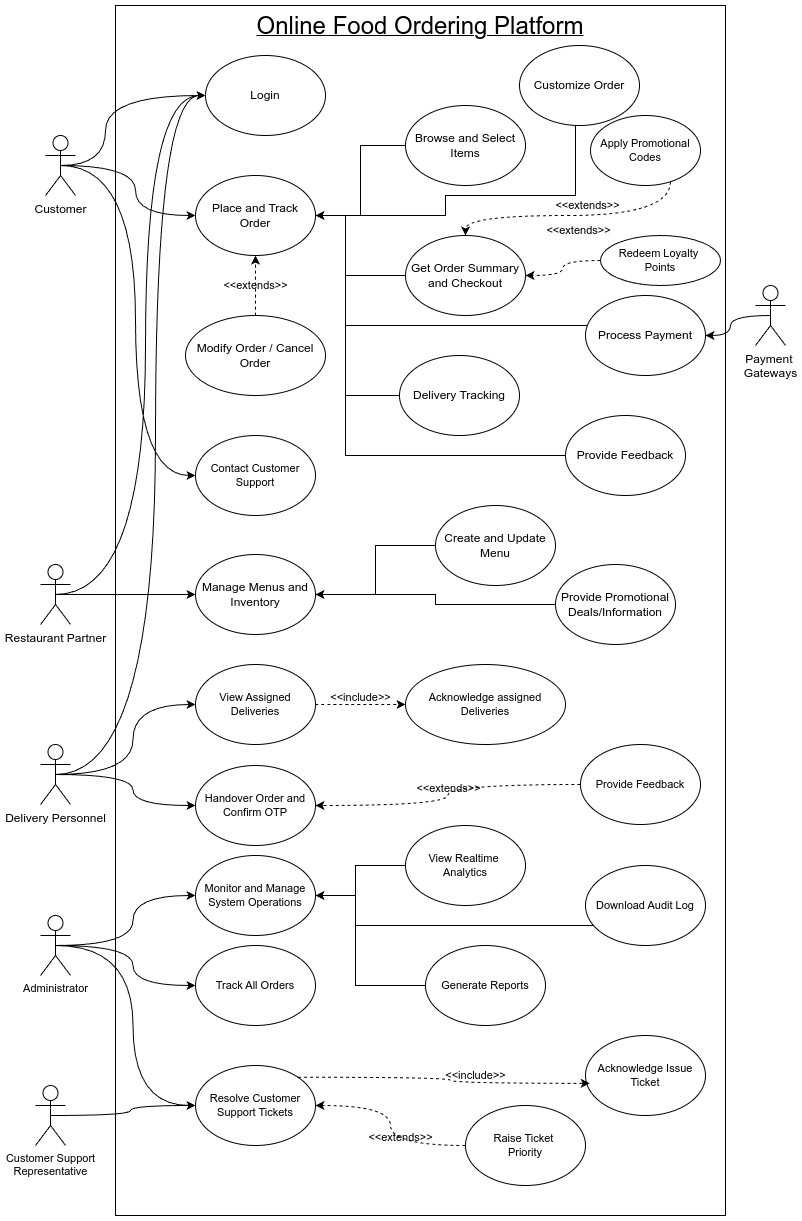
Earlier version of the draw.io export UseCaseDiagram.png (Night-Legion/Food_Delivery). Source tidied: cells renumbered, new cells last; positions are measured from the earlier drawing's top-left corner, leaving out a move shared by most shapes.
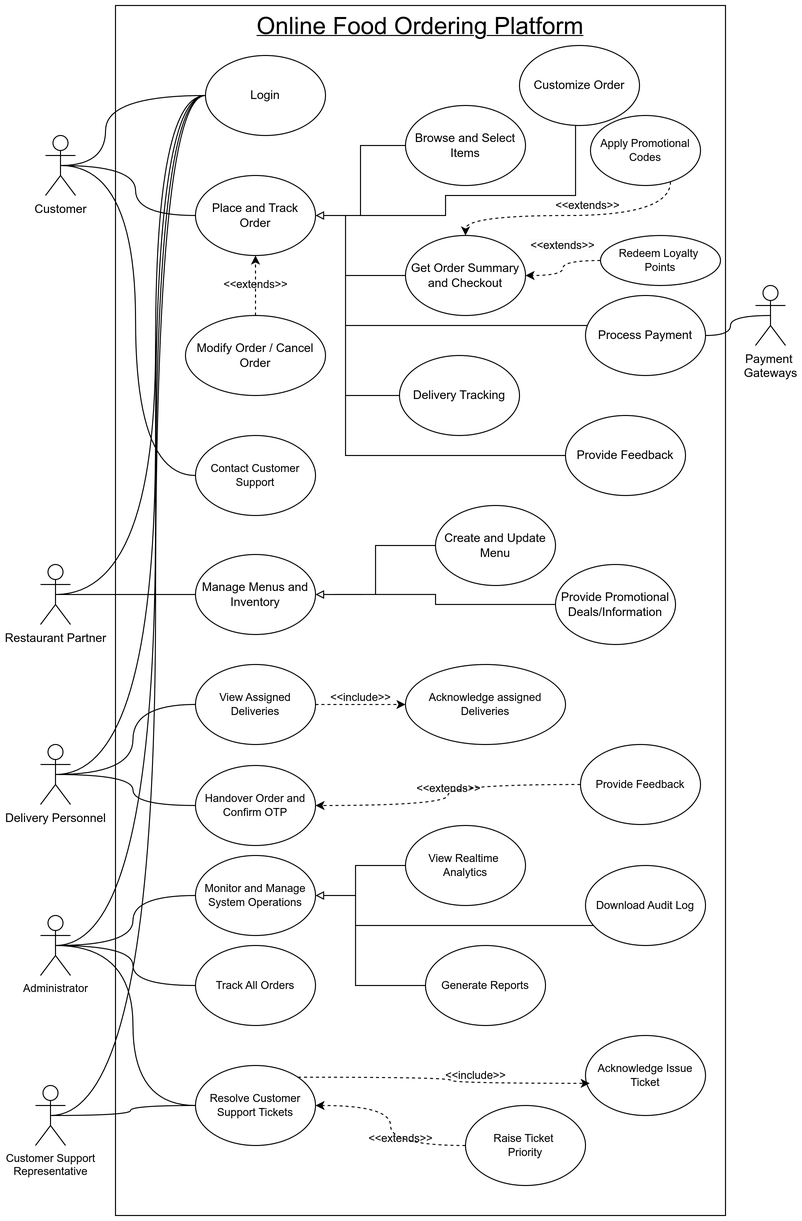
After the commit.

Commit message:
Updated the wrong arrows in UseCaseDiagram

What changed in the source:
```diff
@@ -7,3 +7,3 @@
     </mxCell>
-    <mxCell id="3" style="edgeStyle=orthogonalEdgeStyle;rounded=0;jettySize=auto;html=1;exitX=0.5;exitY=0.5;exitDx=0;exitDy=0;exitPerimeter=0;curved=1;labelBackgroundColor=none;fontColor=default;" parent="1" edge="1" source="6" target="15">
+    <mxCell id="3" style="edgeStyle=orthogonalEdgeStyle;rounded=0;jettySize=auto;html=1;exitX=0.5;exitY=0.5;exitDx=0;exitDy=0;exitPerimeter=0;curved=1;labelBackgroundColor=none;fontColor=default;endArrow=none;startFill=0;" parent="1" edge="1" source="6" target="15">
       <mxGeometry relative="1" as="geometry">
@@ -15,6 +15,6 @@
     </mxCell>
-    <mxCell id="4" style="edgeStyle=orthogonalEdgeStyle;rounded=0;jettySize=auto;html=1;exitX=0.5;exitY=0.5;exitDx=0;exitDy=0;exitPerimeter=0;curved=1;labelBackgroundColor=none;fontColor=default;" parent="1" edge="1" source="6" target="14">
+    <mxCell id="4" style="edgeStyle=orthogonalEdgeStyle;rounded=0;jettySize=auto;html=1;exitX=0.5;exitY=0.5;exitDx=0;exitDy=0;exitPerimeter=0;curved=1;labelBackgroundColor=none;fontColor=default;endArrow=none;startFill=0;" parent="1" edge="1" source="6" target="14">
       <mxGeometry relative="1" as="geometry" />
     </mxCell>
-    <mxCell id="5" style="edgeStyle=orthogonalEdgeStyle;shape=connector;curved=1;rounded=0;jettySize=auto;html=1;exitX=0.5;exitY=0.5;exitDx=0;exitDy=0;exitPerimeter=0;entryX=0;entryY=0.5;entryDx=0;entryDy=0;align=center;verticalAlign=middle;fontFamily=Helvetica;fontSize=11;fontColor=default;labelBackgroundColor=none;endArrow=classic;" parent="1" edge="1" source="6" target="52">
+    <mxCell id="5" style="edgeStyle=orthogonalEdgeStyle;shape=connector;curved=1;rounded=0;jettySize=auto;html=1;exitX=0.5;exitY=0.5;exitDx=0;exitDy=0;exitPerimeter=0;entryX=0;entryY=0.5;entryDx=0;entryDy=0;align=center;verticalAlign=middle;fontFamily=Helvetica;fontSize=11;fontColor=default;labelBackgroundColor=none;endArrow=none;startFill=0;" parent="1" edge="1" source="6" target="52">
       <mxGeometry relative="1" as="geometry" />
@@ -24,10 +24,10 @@
     </mxCell>
-    <mxCell id="7" style="edgeStyle=orthogonalEdgeStyle;rounded=0;jettySize=auto;html=1;exitX=0.5;exitY=0.5;exitDx=0;exitDy=0;exitPerimeter=0;curved=1;labelBackgroundColor=none;fontColor=default;" parent="1" edge="1" source="9" target="32">
+    <mxCell id="7" style="edgeStyle=orthogonalEdgeStyle;rounded=0;jettySize=auto;html=1;exitX=0.5;exitY=0.5;exitDx=0;exitDy=0;exitPerimeter=0;curved=1;labelBackgroundColor=none;fontColor=default;endArrow=none;startFill=0;" parent="1" edge="1" source="9" target="32">
       <mxGeometry relative="1" as="geometry" />
     </mxCell>
-    <mxCell id="8" style="edgeStyle=orthogonalEdgeStyle;rounded=0;jettySize=auto;html=1;exitX=0.5;exitY=0.5;exitDx=0;exitDy=0;exitPerimeter=0;curved=1;labelBackgroundColor=none;fontColor=default;" parent="1" edge="1" source="9" target="15">
+    <mxCell id="8" style="edgeStyle=orthogonalEdgeStyle;rounded=0;jettySize=auto;html=1;exitX=0.5;exitY=0.5;exitDx=0;exitDy=0;exitPerimeter=0;curved=1;labelBackgroundColor=none;fontColor=default;endArrow=none;startFill=0;" parent="1" edge="1" source="9" target="15">
       <mxGeometry relative="1" as="geometry">
         <Array as="points">
-          <mxPoint x="110" y="589" />
-          <mxPoint x="110" y="90" />
+          <mxPoint x="120" y="589" />
+          <mxPoint x="120" y="90" />
         </Array>
@@ -38,3 +38,3 @@
     </mxCell>
-    <mxCell id="10" style="edgeStyle=orthogonalEdgeStyle;rounded=0;jettySize=auto;html=1;exitX=0.5;exitY=0.5;exitDx=0;exitDy=0;exitPerimeter=0;curved=1;labelBackgroundColor=none;fontColor=default;" parent="1" edge="1" source="13" target="15">
+    <mxCell id="10" style="edgeStyle=orthogonalEdgeStyle;rounded=0;jettySize=auto;html=1;exitX=0.5;exitY=0.5;exitDx=0;exitDy=0;exitPerimeter=0;curved=1;labelBackgroundColor=none;fontColor=default;endArrow=none;startFill=0;" parent="1" edge="1" source="13" target="15">
       <mxGeometry relative="1" as="geometry">
@@ -46,6 +46,6 @@
     </mxCell>
-    <mxCell id="11" style="edgeStyle=orthogonalEdgeStyle;shape=connector;curved=1;rounded=0;jettySize=auto;html=1;exitX=0.5;exitY=0.5;exitDx=0;exitDy=0;exitPerimeter=0;align=center;verticalAlign=middle;fontFamily=Helvetica;fontSize=11;fontColor=default;labelBackgroundColor=none;endArrow=classic;" parent="1" edge="1" source="13" target="38">
+    <mxCell id="11" style="edgeStyle=orthogonalEdgeStyle;shape=connector;curved=1;rounded=0;jettySize=auto;html=1;exitX=0.5;exitY=0.5;exitDx=0;exitDy=0;exitPerimeter=0;align=center;verticalAlign=middle;fontFamily=Helvetica;fontSize=11;fontColor=default;labelBackgroundColor=none;endArrow=none;startFill=0;" parent="1" edge="1" source="13" target="38">
       <mxGeometry relative="1" as="geometry" />
     </mxCell>
-    <mxCell id="12" style="edgeStyle=orthogonalEdgeStyle;shape=connector;curved=1;rounded=0;jettySize=auto;html=1;exitX=0.5;exitY=0.5;exitDx=0;exitDy=0;exitPerimeter=0;align=center;verticalAlign=middle;fontFamily=Helvetica;fontSize=11;fontColor=default;labelBackgroundColor=none;endArrow=classic;" parent="1" edge="1" source="13" target="40">
+    <mxCell id="12" style="edgeStyle=orthogonalEdgeStyle;shape=connector;curved=1;rounded=0;jettySize=auto;html=1;exitX=0.5;exitY=0.5;exitDx=0;exitDy=0;exitPerimeter=0;align=center;verticalAlign=middle;fontFamily=Helvetica;fontSize=11;fontColor=default;labelBackgroundColor=none;endArrow=none;startFill=0;" parent="1" edge="1" source="13" target="40">
       <mxGeometry relative="1" as="geometry" />
@@ -61,3 +61,3 @@
     </mxCell>
-    <mxCell id="16" style="edgeStyle=orthogonalEdgeStyle;rounded=0;jettySize=auto;html=1;exitX=0.5;exitY=0.5;exitDx=0;exitDy=0;exitPerimeter=0;entryX=1;entryY=0.5;entryDx=0;entryDy=0;curved=1;labelBackgroundColor=none;fontColor=default;" parent="1" edge="1" source="17" target="25">
+    <mxCell id="16" style="edgeStyle=orthogonalEdgeStyle;rounded=0;jettySize=auto;html=1;exitX=0.5;exitY=0.5;exitDx=0;exitDy=0;exitPerimeter=0;entryX=1;entryY=0.5;entryDx=0;entryDy=0;curved=1;labelBackgroundColor=none;fontColor=default;endArrow=none;startFill=0;" parent="1" edge="1" source="17" target="25">
       <mxGeometry relative="1" as="geometry" />
@@ -67,3 +67,3 @@
     </mxCell>
-    <mxCell id="18" style="edgeStyle=orthogonalEdgeStyle;rounded=0;jettySize=auto;html=1;curved=0;labelBackgroundColor=none;fontColor=default;" parent="1" edge="1" source="19" target="14">
+    <mxCell id="18" style="edgeStyle=orthogonalEdgeStyle;rounded=0;jettySize=auto;html=1;curved=0;labelBackgroundColor=none;fontColor=default;endArrow=block;endFill=0;" parent="1" edge="1" source="19" target="14">
       <mxGeometry relative="1" as="geometry" />
@@ -73,3 +73,3 @@
     </mxCell>
-    <mxCell id="20" style="edgeStyle=orthogonalEdgeStyle;rounded=0;jettySize=auto;html=1;curved=0;labelBackgroundColor=none;fontColor=default;" parent="1" edge="1" source="21" target="14">
+    <mxCell id="20" style="edgeStyle=orthogonalEdgeStyle;rounded=0;jettySize=auto;html=1;curved=0;labelBackgroundColor=none;fontColor=default;endArrow=block;endFill=0;" parent="1" edge="1" source="21" target="14">
       <mxGeometry relative="1" as="geometry">
@@ -85,3 +85,3 @@
     </mxCell>
-    <mxCell id="22" style="edgeStyle=orthogonalEdgeStyle;rounded=0;jettySize=auto;html=1;curved=0;labelBackgroundColor=none;fontColor=default;" parent="1" edge="1" source="23" target="14">
+    <mxCell id="22" style="edgeStyle=orthogonalEdgeStyle;rounded=0;jettySize=auto;html=1;curved=0;labelBackgroundColor=none;fontColor=default;endArrow=block;endFill=0;" parent="1" edge="1" source="23" target="14">
       <mxGeometry relative="1" as="geometry">
@@ -96,3 +96,3 @@
     </mxCell>
-    <mxCell id="24" style="edgeStyle=orthogonalEdgeStyle;rounded=0;jettySize=auto;html=1;curved=0;labelBackgroundColor=none;fontColor=default;" parent="1" edge="1" source="25" target="14">
+    <mxCell id="24" style="edgeStyle=orthogonalEdgeStyle;rounded=0;jettySize=auto;html=1;curved=0;labelBackgroundColor=none;fontColor=default;endArrow=block;endFill=0;" parent="1" edge="1" source="25" target="14">
       <mxGeometry relative="1" as="geometry">
@@ -107,3 +107,3 @@
     </mxCell>
-    <mxCell id="26" style="edgeStyle=orthogonalEdgeStyle;rounded=0;jettySize=auto;html=1;curved=0;labelBackgroundColor=none;fontColor=default;" parent="1" edge="1" source="27" target="14">
+    <mxCell id="26" style="edgeStyle=orthogonalEdgeStyle;rounded=0;jettySize=auto;html=1;curved=0;labelBackgroundColor=none;fontColor=default;endArrow=block;endFill=0;" parent="1" edge="1" source="27" target="14">
       <mxGeometry relative="1" as="geometry">
@@ -118,3 +118,3 @@
     </mxCell>
-    <mxCell id="28" style="edgeStyle=orthogonalEdgeStyle;rounded=0;jettySize=auto;html=1;entryX=1;entryY=0.5;entryDx=0;entryDy=0;labelBackgroundColor=none;fontColor=default;" parent="1" edge="1" source="29" target="14">
+    <mxCell id="28" style="edgeStyle=orthogonalEdgeStyle;rounded=0;jettySize=auto;html=1;entryX=1;entryY=0.5;entryDx=0;entryDy=0;labelBackgroundColor=none;fontColor=default;endArrow=block;endFill=0;" parent="1" edge="1" source="29" target="14">
       <mxGeometry relative="1" as="geometry">
@@ -141,6 +141,6 @@
     </mxCell>
-    <mxCell id="34" style="edgeStyle=orthogonalEdgeStyle;rounded=0;jettySize=auto;html=1;entryX=1;entryY=0.5;entryDx=0;entryDy=0;labelBackgroundColor=none;fontColor=default;" parent="1" edge="1" source="33" target="32">
+    <mxCell id="34" style="edgeStyle=orthogonalEdgeStyle;rounded=0;jettySize=auto;html=1;entryX=1;entryY=0.5;entryDx=0;entryDy=0;labelBackgroundColor=none;fontColor=default;endArrow=block;endFill=0;" parent="1" edge="1" source="33" target="32">
       <mxGeometry relative="1" as="geometry" />
     </mxCell>
-    <mxCell id="35" style="edgeStyle=orthogonalEdgeStyle;rounded=0;jettySize=auto;html=1;entryX=1;entryY=0.5;entryDx=0;entryDy=0;labelBackgroundColor=none;fontColor=default;" parent="1" edge="1" source="36" target="32">
+    <mxCell id="35" style="edgeStyle=orthogonalEdgeStyle;rounded=0;jettySize=auto;html=1;entryX=1;entryY=0.5;entryDx=0;entryDy=0;labelBackgroundColor=none;fontColor=default;endArrow=block;endFill=0;" parent="1" edge="1" source="36" target="32">
       <mxGeometry relative="1" as="geometry" />
@@ -168,11 +168,19 @@
     </mxCell>
-    <mxCell id="43" style="edgeStyle=orthogonalEdgeStyle;shape=connector;curved=1;rounded=0;jettySize=auto;html=1;exitX=0.5;exitY=0.5;exitDx=0;exitDy=0;exitPerimeter=0;align=center;verticalAlign=middle;fontFamily=Helvetica;fontSize=11;fontColor=default;labelBackgroundColor=none;endArrow=classic;" parent="1" edge="1" source="46" target="47">
+    <mxCell id="43" style="edgeStyle=orthogonalEdgeStyle;shape=connector;curved=1;rounded=0;jettySize=auto;html=1;exitX=0.5;exitY=0.5;exitDx=0;exitDy=0;exitPerimeter=0;align=center;verticalAlign=middle;fontFamily=Helvetica;fontSize=11;fontColor=default;labelBackgroundColor=none;endArrow=none;startFill=0;" parent="1" edge="1" source="46" target="47">
       <mxGeometry relative="1" as="geometry" />
     </mxCell>
-    <mxCell id="44" style="edgeStyle=orthogonalEdgeStyle;shape=connector;curved=1;rounded=0;jettySize=auto;html=1;exitX=0.5;exitY=0.5;exitDx=0;exitDy=0;exitPerimeter=0;entryX=0;entryY=0.5;entryDx=0;entryDy=0;align=center;verticalAlign=middle;fontFamily=Helvetica;fontSize=11;fontColor=default;labelBackgroundColor=none;endArrow=classic;" parent="1" edge="1" source="46" target="53">
+    <mxCell id="44" style="edgeStyle=orthogonalEdgeStyle;shape=connector;curved=1;rounded=0;jettySize=auto;html=1;exitX=0.5;exitY=0.5;exitDx=0;exitDy=0;exitPerimeter=0;entryX=0;entryY=0.5;entryDx=0;entryDy=0;align=center;verticalAlign=middle;fontFamily=Helvetica;fontSize=11;fontColor=default;labelBackgroundColor=none;endArrow=none;startFill=0;" parent="1" edge="1" source="46" target="53">
       <mxGeometry relative="1" as="geometry" />
     </mxCell>
-    <mxCell id="45" style="edgeStyle=orthogonalEdgeStyle;shape=connector;curved=1;rounded=0;jettySize=auto;html=1;exitX=0.5;exitY=0.5;exitDx=0;exitDy=0;exitPerimeter=0;align=center;verticalAlign=middle;fontFamily=Helvetica;fontSize=11;fontColor=default;labelBackgroundColor=none;endArrow=classic;" parent="1" edge="1" source="46" target="59">
+    <mxCell id="45" style="edgeStyle=orthogonalEdgeStyle;shape=connector;curved=1;rounded=0;jettySize=auto;html=1;exitX=0.5;exitY=0.5;exitDx=0;exitDy=0;exitPerimeter=0;align=center;verticalAlign=middle;fontFamily=Helvetica;fontSize=11;fontColor=default;labelBackgroundColor=none;endArrow=none;startFill=0;" parent="1" edge="1" source="46" target="59">
       <mxGeometry relative="1" as="geometry" />
     </mxCell>
+    <mxCell id="67" style="edgeStyle=orthogonalEdgeStyle;rounded=0;jettySize=auto;html=1;exitX=0.5;exitY=0.5;exitDx=0;exitDy=0;exitPerimeter=0;entryX=0;entryY=0.5;entryDx=0;entryDy=0;curved=1;endArrow=none;startFill=0;" parent="1" edge="1" source="46" target="15">
+      <mxGeometry relative="1" as="geometry">
+        <Array as="points">
+          <mxPoint x="120" y="940" />
+          <mxPoint x="120" y="90" />
+        </Array>
+      </mxGeometry>
+    </mxCell>
     <mxCell id="46" value="Administrator" style="shape=umlActor;verticalLabelPosition=bottom;verticalAlign=top;html=1;outlineConnect=0;align=center;fontFamily=Helvetica;fontSize=11;labelBackgroundColor=none;" parent="1" vertex="1">
@@ -208,5 +216,14 @@
     </mxCell>
-    <mxCell id="54" style="edgeStyle=orthogonalEdgeStyle;shape=connector;curved=1;rounded=0;jettySize=auto;html=1;exitX=0.5;exitY=0.5;exitDx=0;exitDy=0;exitPerimeter=0;entryX=0;entryY=0.5;entryDx=0;entryDy=0;align=center;verticalAlign=middle;fontFamily=Helvetica;fontSize=11;fontColor=default;labelBackgroundColor=none;endArrow=classic;" parent="1" edge="1" source="55" target="53">
+    <mxCell id="54" style="edgeStyle=orthogonalEdgeStyle;shape=connector;curved=1;rounded=0;jettySize=auto;html=1;exitX=0.5;exitY=0.5;exitDx=0;exitDy=0;exitPerimeter=0;entryX=0;entryY=0.5;entryDx=0;entryDy=0;align=center;verticalAlign=middle;fontFamily=Helvetica;fontSize=11;fontColor=default;labelBackgroundColor=none;endArrow=none;startFill=0;" parent="1" edge="1" source="55" target="53">
       <mxGeometry relative="1" as="geometry" />
     </mxCell>
+    <mxCell id="68" style="edgeStyle=orthogonalEdgeStyle;rounded=0;jettySize=auto;html=1;exitX=0.5;exitY=0.5;exitDx=0;exitDy=0;exitPerimeter=0;curved=1;endArrow=none;startFill=0;" parent="1" edge="1" source="55">
+      <mxGeometry relative="1" as="geometry">
+        <mxPoint x="170" y="90" as="targetPoint" />
+        <Array as="points">
+          <mxPoint x="120" y="1110" />
+          <mxPoint x="120" y="90" />
+        </Array>
+      </mxGeometry>
+    </mxCell>
     <mxCell id="55" value="Customer Support&lt;div&gt;Representative&lt;/div&gt;" style="shape=umlActor;verticalLabelPosition=bottom;verticalAlign=top;html=1;outlineConnect=0;align=center;fontFamily=Helvetica;fontSize=11;labelBackgroundColor=none;" parent="1" vertex="1">
@@ -229,3 +246,3 @@
     </mxCell>
-    <mxCell id="61" style="edgeStyle=orthogonalEdgeStyle;shape=connector;curved=0;rounded=0;jettySize=auto;html=1;entryX=1;entryY=0.5;entryDx=0;entryDy=0;align=center;verticalAlign=middle;fontFamily=Helvetica;fontSize=11;fontColor=default;labelBackgroundColor=none;endArrow=classic;" parent="1" edge="1" source="62" target="59">
+    <mxCell id="61" style="edgeStyle=orthogonalEdgeStyle;shape=connector;curved=0;rounded=0;jettySize=auto;html=1;entryX=1;entryY=0.5;entryDx=0;entryDy=0;align=center;verticalAlign=middle;fontFamily=Helvetica;fontSize=11;fontColor=default;labelBackgroundColor=none;endArrow=block;endFill=0;" parent="1" edge="1" source="62" target="59">
       <mxGeometry relative="1" as="geometry">
@@ -240,3 +257,3 @@
     </mxCell>
-    <mxCell id="63" style="edgeStyle=orthogonalEdgeStyle;shape=connector;curved=0;rounded=0;jettySize=auto;html=1;entryX=1;entryY=0.5;entryDx=0;entryDy=0;align=center;verticalAlign=middle;fontFamily=Helvetica;fontSize=11;fontColor=default;labelBackgroundColor=none;endArrow=classic;" parent="1" edge="1" source="64" target="59">
+    <mxCell id="63" style="edgeStyle=orthogonalEdgeStyle;shape=connector;curved=0;rounded=0;jettySize=auto;html=1;entryX=1;entryY=0.5;entryDx=0;entryDy=0;align=center;verticalAlign=middle;fontFamily=Helvetica;fontSize=11;fontColor=default;labelBackgroundColor=none;endArrow=block;endFill=0;" parent="1" edge="1" source="64" target="59">
       <mxGeometry relative="1" as="geometry">
@@ -251,3 +268,3 @@
     </mxCell>
-    <mxCell id="65" style="edgeStyle=orthogonalEdgeStyle;shape=connector;curved=0;rounded=0;jettySize=auto;html=1;entryX=1;entryY=0.5;entryDx=0;entryDy=0;align=center;verticalAlign=middle;fontFamily=Helvetica;fontSize=11;fontColor=default;labelBackgroundColor=none;endArrow=classic;" parent="1" edge="1" source="66" target="59">
+    <mxCell id="65" style="edgeStyle=orthogonalEdgeStyle;shape=connector;curved=0;rounded=0;jettySize=auto;html=1;entryX=1;entryY=0.5;entryDx=0;entryDy=0;align=center;verticalAlign=middle;fontFamily=Helvetica;fontSize=11;fontColor=default;labelBackgroundColor=none;endArrow=block;endFill=0;" parent="1" edge="1" source="66" target="59">
       <mxGeometry relative="1" as="geometry">
```
